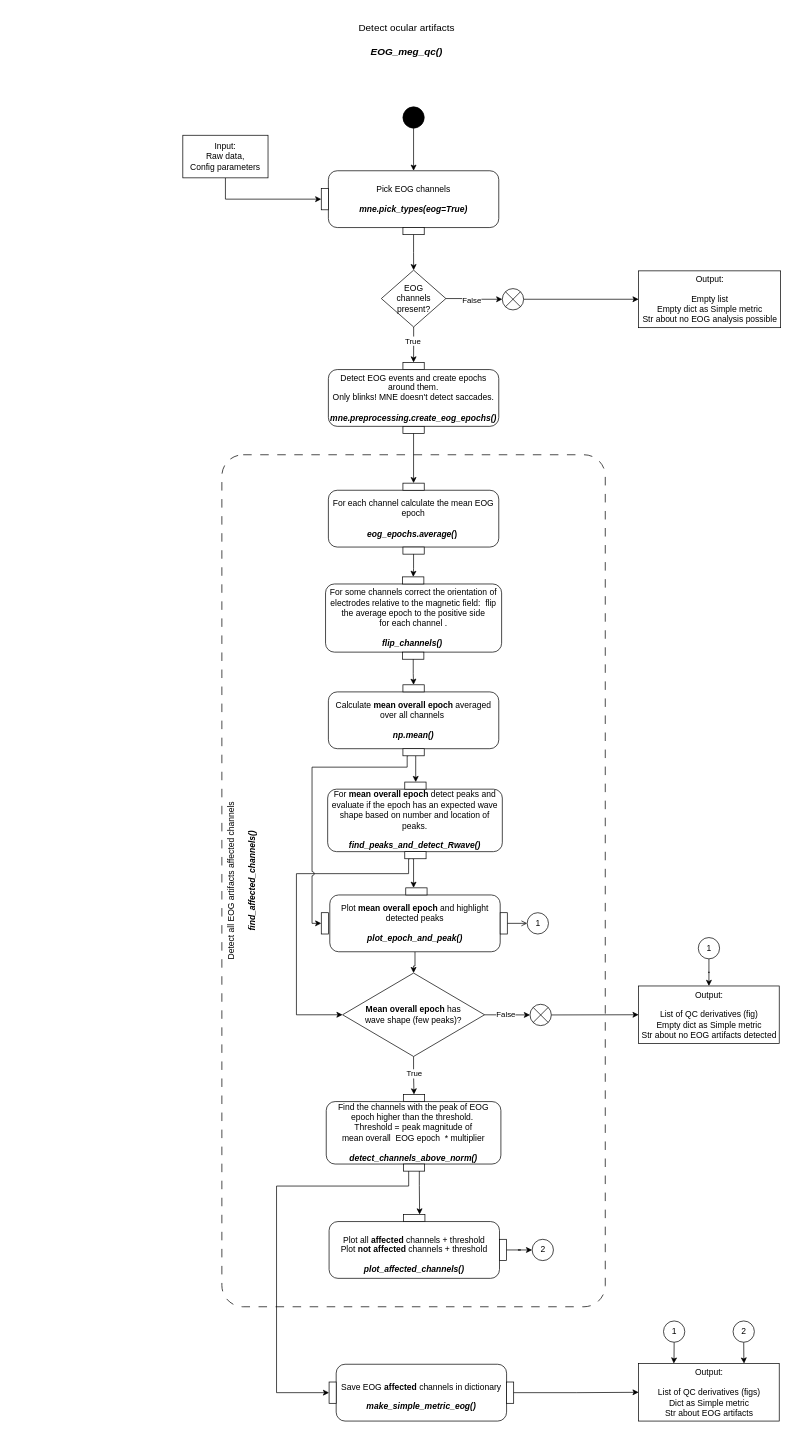
The draw.io diagram diagrams/_EOG_UML2.5.drawio in oldgandalf/MEGqcJorge, before the edit. Source tidied: cells renumbered, new cells numbered last; positions are measured from the earlier drawing's top-left corner, leaving out a move shared by most shapes. Both pictures are drawn from the tidied source at 71%, with x=0, y=0 at pixel (12, 21).
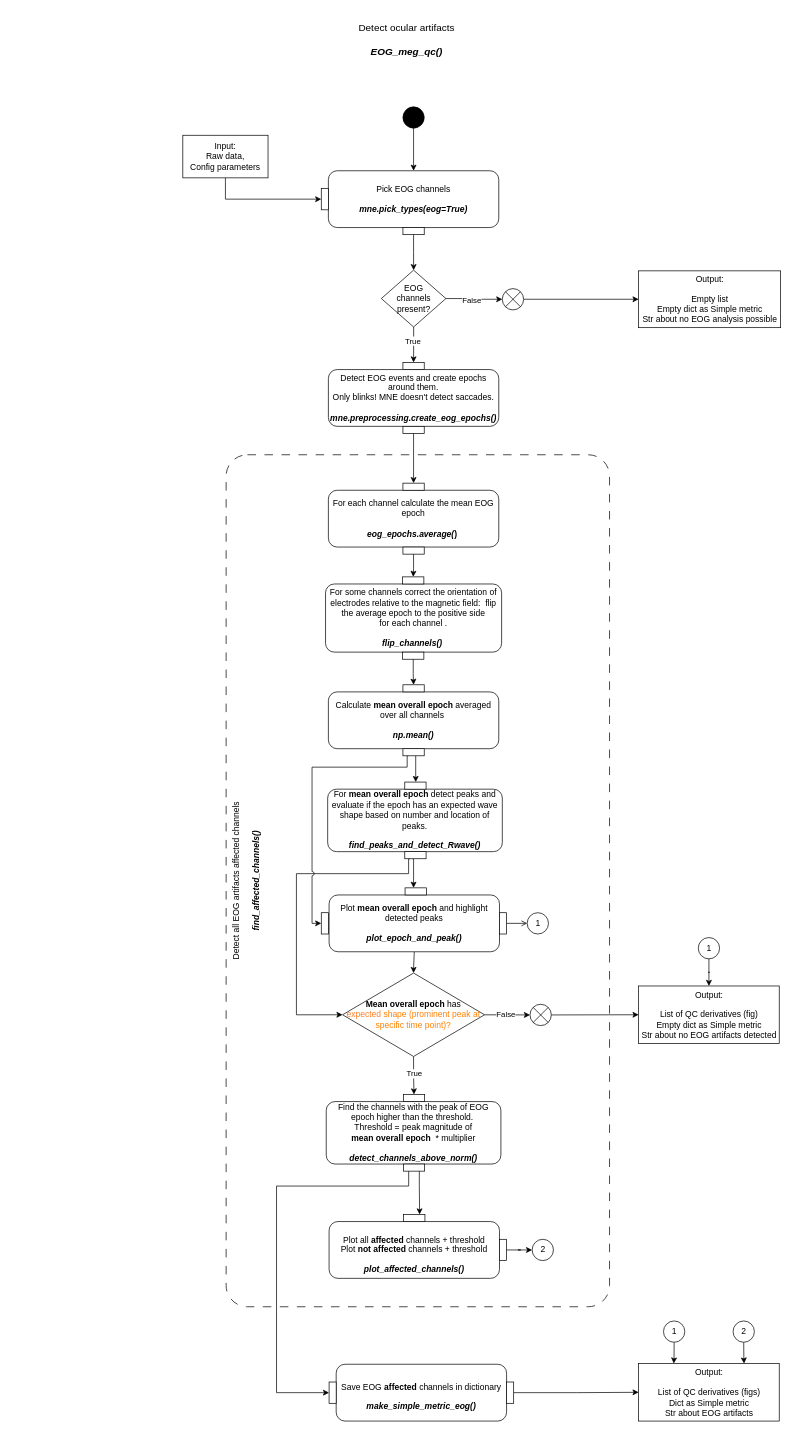
Above is the later version.

Unchanged cells that the change refers to:
```xml
<mxCell id="29" style="group;" parent="1" vertex="1">
  <mxGeometry x="443" y="1510" width="397" height="290" as="geometry" />
</mxCell>
```

Diff of the diagram source:
```diff
@@
-    <mxCell id="27" value="&lt;b&gt;Mean overall epoch&lt;/b&gt; has &lt;br&gt;wave shape (few peaks)?" style="rhombus;html=1;fontSize=12;whiteSpace=wrap;" parent="1" vertex="1">
+    <mxCell id="27" value="&lt;b&gt;Mean overall epoch&lt;/b&gt; has &lt;br&gt;&lt;font color=&quot;#ff7d26&quot;&gt;expected&lt;/font&gt; &lt;font color=&quot;#ff8000&quot;&gt;shape (prominent peak at specific time point)?&lt;/font&gt;" style="rhombus;html=1;fontSize=12;whiteSpace=wrap;" parent="1" vertex="1">
       <mxGeometry x="465" y="1340" width="200" height="117.5" as="geometry" />
     </mxCell>
@@
-    <mxCell id="30" value="&lt;div style=&quot;border-color: var(--border-color);&quot;&gt;Find the channels with the&amp;nbsp;peak&lt;span style=&quot;border-color: var(--border-color); background-color: initial;&quot;&gt;&amp;nbsp;of EOG epoch higher than the threshold.&amp;nbsp;&lt;/span&gt;&lt;/div&gt;&lt;div style=&quot;border-color: var(--border-color);&quot;&gt;&lt;span style=&quot;border-color: var(--border-color); background-color: initial;&quot;&gt;Threshold = peak magnitude of &lt;br&gt;mean overall&amp;nbsp; EOG epoch&amp;nbsp; * multiplier&lt;/span&gt;&lt;/div&gt;&lt;br style=&quot;border-color: var(--border-color);&quot;&gt;&lt;b&gt;&lt;i&gt;detect_channels_above_norm()&lt;/i&gt;&lt;/b&gt;" style="html=1;align=center;verticalAlign=middle;rounded=1;absoluteArcSize=1;arcSize=25;dashed=0;fontFamily=Helvetica;fontSize=12;whiteSpace=wrap;noLabel=0;imageAlign=center;" parent="29" vertex="1">
+    <mxCell id="30" value="&lt;div style=&quot;border-color: var(--border-color);&quot;&gt;Find the channels with the&amp;nbsp;peak&lt;span style=&quot;border-color: var(--border-color); background-color: initial;&quot;&gt;&amp;nbsp;of EOG epoch higher than the threshold.&amp;nbsp;&lt;/span&gt;&lt;/div&gt;&lt;div style=&quot;border-color: var(--border-color);&quot;&gt;&lt;span style=&quot;border-color: var(--border-color); background-color: initial;&quot;&gt;Threshold = peak magnitude of &lt;br&gt;&lt;b&gt;mean overall epoch&lt;/b&gt;&amp;nbsp; * multiplier&lt;/span&gt;&lt;/div&gt;&lt;br style=&quot;border-color: var(--border-color);&quot;&gt;&lt;b&gt;&lt;i&gt;detect_channels_above_norm()&lt;/i&gt;&lt;/b&gt;" style="html=1;align=center;verticalAlign=middle;rounded=1;absoluteArcSize=1;arcSize=25;dashed=0;fontFamily=Helvetica;fontSize=12;whiteSpace=wrap;noLabel=0;imageAlign=center;" parent="29" vertex="1">
       <mxGeometry x="-1" y="11" width="246" height="88" as="geometry" />
     </mxCell>
@@
     <mxCell id="84" style="group;" parent="1" vertex="1">
-      <mxGeometry x="447" y="1220" width="395" height="590" as="geometry" />
+      <mxGeometry x="446" y="1220" width="395" height="590" as="geometry" />
     </mxCell>
@@
-    <mxCell id="88" value="Detect all EOG artifacts affected channels&lt;br&gt;&lt;br&gt;&lt;b&gt;&lt;i&gt;find_affected_channels()&lt;/i&gt;&lt;/b&gt;" style="html=1;align=center;verticalAlign=top;rounded=1;absoluteArcSize=1;arcSize=60;dashed=1;fontFamily=Helvetica;fontSize=12;whiteSpace=wrap;noLabel=0;imageAlign=center;horizontal=0;fillColor=none;dashPattern=12 12;" parent="1" vertex="1">
-      <mxGeometry x="295" y="610" width="540" height="1200" as="geometry" />
+    <mxCell id="88" value="Detect all EOG artifacts affected channels&lt;br&gt;&lt;br&gt;&lt;b&gt;&lt;i&gt;find_affected_channels()&lt;/i&gt;&lt;/b&gt;" style="html=1;align=center;verticalAlign=top;rounded=1;absoluteArcSize=1;arcSize=60;dashed=1;fontFamily=Helvetica;fontSize=12;whiteSpace=wrap;noLabel=0;imageAlign=center;horizontal=0;fillColor=none;dashPattern=12 12;" parent="84" vertex="1">
+      <mxGeometry x="-145" y="-610" width="540" height="1200" as="geometry" />
     </mxCell>
```
